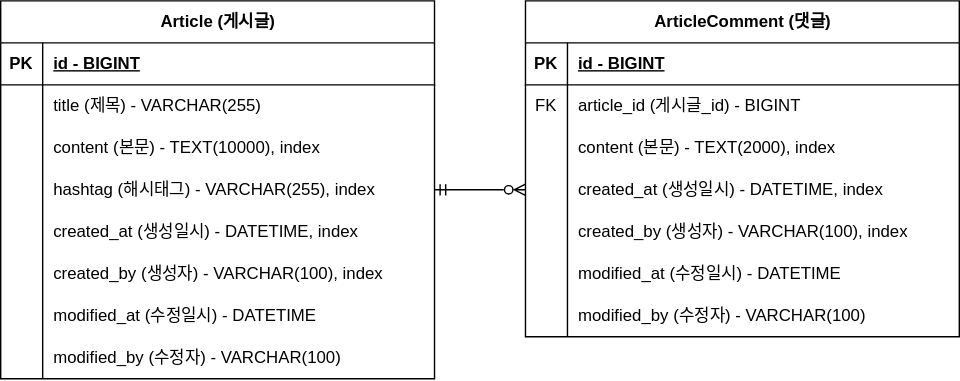
Before: document/erd.svg, a diagram exported from draw.io (arrilab/practice-board). Source tidied: cells renumbered, new cells last; positions are measured from the earlier drawing's top-left corner, leaving out a move shared by most shapes.
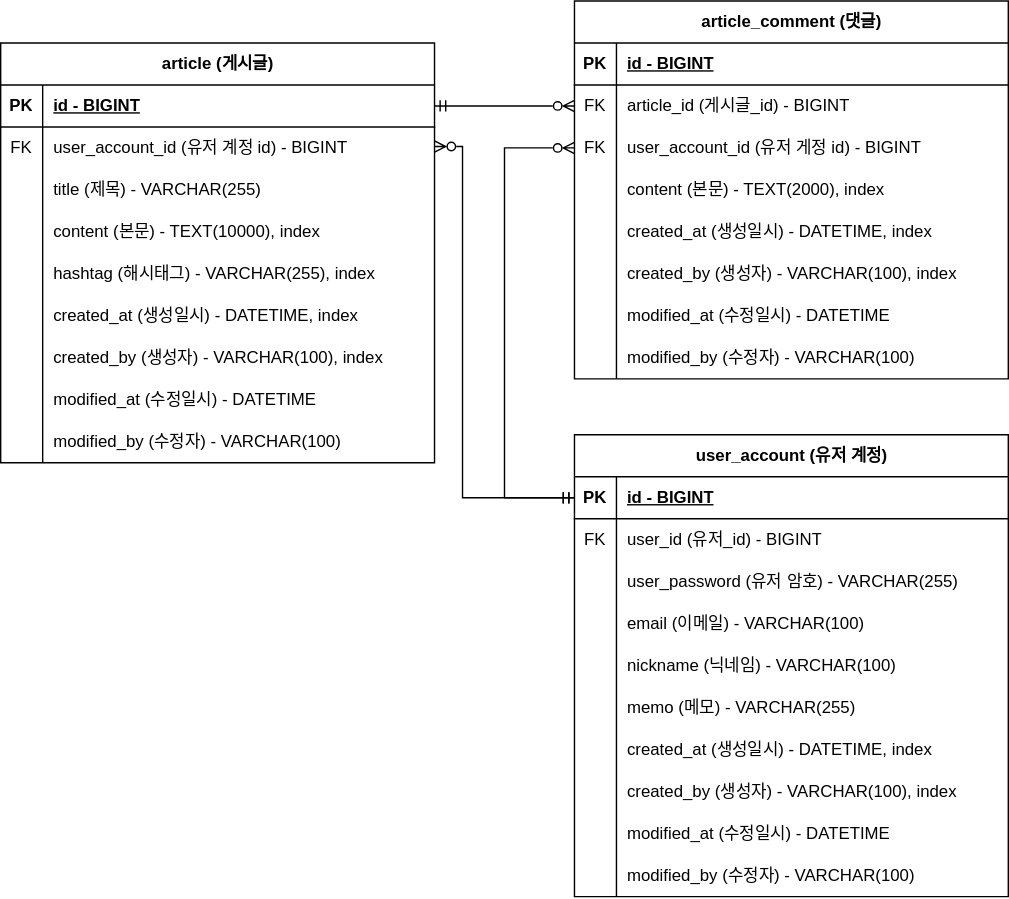
After the commit.

The edit, as a diff of the source:
```diff
@@ -2,8 +2,8 @@
   <root>
     <mxCell id="0" />
     <mxCell id="1" parent="0" />
-    <mxCell id="2" value="Article (게시글)" style="shape=table;startSize=30;rowLines=0;fontStyle=1;align=center;html=1;" parent="1" vertex="1">
-      <mxGeometry width="310" height="270" as="geometry" />
+    <mxCell id="2" value="article (게시글)" style="shape=table;startSize=30;rowLines=0;fontStyle=1;align=center;html=1;" parent="1" vertex="1">
+      <mxGeometry x="-20" y="-90" width="310" height="300" as="geometry" />
     </mxCell>
     <mxCell id="3" style="shape=tableRow;horizontal=0;startSize=0;swimlaneHead=0;swimlaneBody=0;fillColor=none;points=[[0,0.5],[1,0.5]];portConstraint=eastwest;top=0;left=0;right=0;bottom=1;" parent="2" vertex="1">
       <mxGeometry y="30" width="310" height="30" as="geometry" />
@@ -17,14 +17,23 @@
     <mxCell id="6" style="shape=tableRow;horizontal=0;startSize=0;swimlaneHead=0;swimlaneBody=0;fillColor=none;top=0;left=0;right=0;bottom=0;" parent="2" vertex="1">
       <mxGeometry y="60" width="310" height="30" as="geometry" />
     </mxCell>
-    <mxCell id="7" style="shape=partialRectangle;fillColor=none;top=0;left=0;bottom=0;right=0;overflow=hidden;whiteSpace=wrap;html=1;" parent="6" vertex="1">
+    <mxCell id="7" value="FK" style="shape=partialRectangle;fillColor=none;top=0;left=0;bottom=0;right=0;overflow=hidden;whiteSpace=wrap;html=1;" parent="6" vertex="1">
       <mxGeometry width="30" height="30" as="geometry" />
     </mxCell>
-    <mxCell id="8" value="title (제목) - VARCHAR(255)" style="shape=partialRectangle;fillColor=none;top=0;left=0;bottom=0;right=0;align=left;spacingLeft=6;overflow=hidden;whiteSpace=wrap;html=1;strokeColor=default;noLabel=0;" parent="6" vertex="1">
+    <mxCell id="8" value="user_account_id (유저 계정 id) - BIGINT" style="shape=partialRectangle;fillColor=none;top=0;left=0;bottom=0;right=0;align=left;spacingLeft=6;overflow=hidden;whiteSpace=wrap;html=1;strokeColor=default;noLabel=0;" parent="6" vertex="1">
       <mxGeometry x="30" width="280" height="30" as="geometry" />
     </mxCell>
+    <mxCell id="50" style="shape=tableRow;horizontal=0;startSize=0;swimlaneHead=0;swimlaneBody=0;fillColor=none;top=0;left=0;right=0;bottom=0;" parent="2" vertex="1">
+      <mxGeometry y="90" width="310" height="30" as="geometry" />
+    </mxCell>
+    <mxCell id="51" style="shape=partialRectangle;fillColor=none;top=0;left=0;bottom=0;right=0;overflow=hidden;whiteSpace=wrap;html=1;" parent="50" vertex="1">
+      <mxGeometry width="30" height="30" as="geometry" />
+    </mxCell>
+    <mxCell id="52" value="title (제목) - VARCHAR(255)" style="shape=partialRectangle;fillColor=none;top=0;left=0;bottom=0;right=0;align=left;spacingLeft=6;overflow=hidden;whiteSpace=wrap;html=1;strokeColor=default;noLabel=0;" parent="50" vertex="1">
+      <mxGeometry x="30" width="280" height="30" as="geometry" />
+    </mxCell>
     <mxCell id="9" style="shape=tableRow;horizontal=0;startSize=0;swimlaneHead=0;swimlaneBody=0;fillColor=none;top=0;left=0;right=0;bottom=0;" parent="2" vertex="1">
-      <mxGeometry y="90" width="310" height="30" as="geometry" />
+      <mxGeometry y="120" width="310" height="30" as="geometry" />
     </mxCell>
     <mxCell id="10" style="shape=partialRectangle;fillColor=none;top=0;left=0;bottom=0;right=0;overflow=hidden;whiteSpace=wrap;html=1;" parent="9" vertex="1">
       <mxGeometry width="30" height="30" as="geometry" />
@@ -33,7 +42,7 @@
       <mxGeometry x="30" width="280" height="30" as="geometry" />
     </mxCell>
     <mxCell id="12" style="shape=tableRow;horizontal=0;startSize=0;swimlaneHead=0;swimlaneBody=0;fillColor=none;points=[[0,0.5],[1,0.5]];portConstraint=eastwest;top=0;left=0;right=0;bottom=0;" parent="2" vertex="1">
-      <mxGeometry y="120" width="310" height="30" as="geometry" />
+      <mxGeometry y="150" width="310" height="30" as="geometry" />
     </mxCell>
     <mxCell id="13" style="shape=partialRectangle;fillColor=none;top=0;left=0;bottom=0;right=0;overflow=hidden;whiteSpace=wrap;html=1;" parent="12" vertex="1">
       <mxGeometry width="30" height="30" as="geometry" />
@@ -42,7 +51,7 @@
       <mxGeometry x="30" width="280" height="30" as="geometry" />
     </mxCell>
     <mxCell id="15" style="shape=tableRow;horizontal=0;startSize=0;swimlaneHead=0;swimlaneBody=0;fillColor=none;top=0;left=0;right=0;bottom=0;" parent="2" vertex="1">
-      <mxGeometry y="150" width="310" height="30" as="geometry" />
+      <mxGeometry y="180" width="310" height="30" as="geometry" />
     </mxCell>
     <mxCell id="16" style="shape=partialRectangle;fillColor=none;top=0;left=0;bottom=0;right=0;overflow=hidden;whiteSpace=wrap;html=1;" parent="15" vertex="1">
       <mxGeometry width="30" height="30" as="geometry" />
@@ -51,7 +60,7 @@
       <mxGeometry x="30" width="280" height="30" as="geometry" />
     </mxCell>
     <mxCell id="18" style="shape=tableRow;horizontal=0;startSize=0;swimlaneHead=0;swimlaneBody=0;fillColor=none;top=0;left=0;right=0;bottom=0;" parent="2" vertex="1">
-      <mxGeometry y="180" width="310" height="30" as="geometry" />
+      <mxGeometry y="210" width="310" height="30" as="geometry" />
     </mxCell>
     <mxCell id="19" style="shape=partialRectangle;fillColor=none;top=0;left=0;bottom=0;right=0;overflow=hidden;whiteSpace=wrap;html=1;" parent="18" vertex="1">
       <mxGeometry width="30" height="30" as="geometry" />
@@ -60,7 +69,7 @@
       <mxGeometry x="30" width="280" height="30" as="geometry" />
     </mxCell>
     <mxCell id="21" style="shape=tableRow;horizontal=0;startSize=0;swimlaneHead=0;swimlaneBody=0;fillColor=none;top=0;left=0;right=0;bottom=0;" parent="2" vertex="1">
-      <mxGeometry y="210" width="310" height="30" as="geometry" />
+      <mxGeometry y="240" width="310" height="30" as="geometry" />
     </mxCell>
     <mxCell id="22" style="shape=partialRectangle;fillColor=none;top=0;left=0;bottom=0;right=0;overflow=hidden;whiteSpace=wrap;html=1;" parent="21" vertex="1">
       <mxGeometry width="30" height="30" as="geometry" />
@@ -69,7 +78,7 @@
       <mxGeometry x="30" width="280" height="30" as="geometry" />
     </mxCell>
     <mxCell id="24" style="shape=tableRow;horizontal=0;startSize=0;swimlaneHead=0;swimlaneBody=0;fillColor=none;top=0;left=0;right=0;bottom=0;" parent="2" vertex="1">
-      <mxGeometry y="240" width="310" height="30" as="geometry" />
+      <mxGeometry y="270" width="310" height="30" as="geometry" />
     </mxCell>
     <mxCell id="25" style="shape=partialRectangle;fillColor=none;top=0;left=0;bottom=0;right=0;overflow=hidden;whiteSpace=wrap;html=1;" parent="24" vertex="1">
       <mxGeometry width="30" height="30" as="geometry" />
@@ -77,8 +86,8 @@
     <mxCell id="26" value="modified_by (수정자) - VARCHAR(100)" style="shape=partialRectangle;fillColor=none;top=0;left=0;bottom=0;right=0;align=left;spacingLeft=6;overflow=hidden;whiteSpace=wrap;html=1;" parent="24" vertex="1">
       <mxGeometry x="30" width="280" height="30" as="geometry" />
     </mxCell>
-    <mxCell id="27" value="ArticleComment (댓글)" style="shape=table;startSize=30;rowLines=0;fontStyle=1;align=center;html=1;" parent="1" vertex="1">
-      <mxGeometry x="375" width="310" height="240" as="geometry" />
+    <mxCell id="27" value="article_comment (댓글)" style="shape=table;startSize=30;rowLines=0;fontStyle=1;align=center;html=1;" parent="1" vertex="1">
+      <mxGeometry x="390" y="-120" width="310" height="270" as="geometry" />
     </mxCell>
     <mxCell id="28" style="shape=tableRow;horizontal=0;startSize=0;swimlaneHead=0;swimlaneBody=0;fillColor=none;top=0;left=0;right=0;bottom=1;" parent="27" vertex="1">
       <mxGeometry y="30" width="310" height="30" as="geometry" />
@@ -98,8 +107,17 @@
     <mxCell id="33" value="article_id (게시글_id) - BIGINT" style="shape=partialRectangle;fillColor=none;top=0;left=0;bottom=0;right=0;align=left;spacingLeft=6;overflow=hidden;whiteSpace=wrap;html=1;strokeColor=default;noLabel=0;" parent="31" vertex="1">
       <mxGeometry x="30" width="280" height="30" as="geometry" />
     </mxCell>
+    <mxCell id="53" style="shape=tableRow;horizontal=0;startSize=0;swimlaneHead=0;swimlaneBody=0;fillColor=none;points=[[0,0.5],[1,0.5]];portConstraint=eastwest;top=0;left=0;right=0;bottom=0;" parent="27" vertex="1">
+      <mxGeometry y="90" width="310" height="30" as="geometry" />
+    </mxCell>
+    <mxCell id="54" value="FK" style="shape=partialRectangle;fillColor=none;top=0;left=0;bottom=0;right=0;overflow=hidden;whiteSpace=wrap;html=1;" parent="53" vertex="1">
+      <mxGeometry width="30" height="30" as="geometry" />
+    </mxCell>
+    <mxCell id="55" value="user_account_id (유저 게정 id) - BIGINT" style="shape=partialRectangle;fillColor=none;top=0;left=0;bottom=0;right=0;align=left;spacingLeft=6;overflow=hidden;whiteSpace=wrap;html=1;strokeColor=default;noLabel=0;" parent="53" vertex="1">
+      <mxGeometry x="30" width="280" height="30" as="geometry" />
+    </mxCell>
     <mxCell id="34" style="shape=tableRow;horizontal=0;startSize=0;swimlaneHead=0;swimlaneBody=0;fillColor=none;top=0;left=0;right=0;bottom=0;" parent="27" vertex="1">
-      <mxGeometry y="90" width="310" height="30" as="geometry" />
+      <mxGeometry y="120" width="310" height="30" as="geometry" />
     </mxCell>
     <mxCell id="35" style="shape=partialRectangle;fillColor=none;top=0;left=0;bottom=0;right=0;overflow=hidden;whiteSpace=wrap;html=1;" parent="34" vertex="1">
       <mxGeometry width="30" height="30" as="geometry" />
@@ -108,7 +126,7 @@
       <mxGeometry x="30" width="280" height="30" as="geometry" />
     </mxCell>
     <mxCell id="37" style="shape=tableRow;horizontal=0;startSize=0;swimlaneHead=0;swimlaneBody=0;fillColor=none;points=[[0,0.5],[1,0.5]];portConstraint=eastwest;top=0;left=0;right=0;bottom=0;" parent="27" vertex="1">
-      <mxGeometry y="120" width="310" height="30" as="geometry" />
+      <mxGeometry y="150" width="310" height="30" as="geometry" />
     </mxCell>
     <mxCell id="38" style="shape=partialRectangle;fillColor=none;top=0;left=0;bottom=0;right=0;overflow=hidden;whiteSpace=wrap;html=1;" parent="37" vertex="1">
       <mxGeometry width="30" height="30" as="geometry" />
@@ -117,7 +135,7 @@
       <mxGeometry x="30" width="280" height="30" as="geometry" />
     </mxCell>
     <mxCell id="40" style="shape=tableRow;horizontal=0;startSize=0;swimlaneHead=0;swimlaneBody=0;fillColor=none;top=0;left=0;right=0;bottom=0;" parent="27" vertex="1">
-      <mxGeometry y="150" width="310" height="30" as="geometry" />
+      <mxGeometry y="180" width="310" height="30" as="geometry" />
     </mxCell>
     <mxCell id="41" style="shape=partialRectangle;fillColor=none;top=0;left=0;bottom=0;right=0;overflow=hidden;whiteSpace=wrap;html=1;" parent="40" vertex="1">
       <mxGeometry width="30" height="30" as="geometry" />
@@ -126,7 +144,7 @@
       <mxGeometry x="30" width="280" height="30" as="geometry" />
     </mxCell>
     <mxCell id="43" style="shape=tableRow;horizontal=0;startSize=0;swimlaneHead=0;swimlaneBody=0;fillColor=none;top=0;left=0;right=0;bottom=0;" parent="27" vertex="1">
-      <mxGeometry y="180" width="310" height="30" as="geometry" />
+      <mxGeometry y="210" width="310" height="30" as="geometry" />
     </mxCell>
     <mxCell id="44" style="shape=partialRectangle;fillColor=none;top=0;left=0;bottom=0;right=0;overflow=hidden;whiteSpace=wrap;html=1;" parent="43" vertex="1">
       <mxGeometry width="30" height="30" as="geometry" />
@@ -135,7 +153,7 @@
       <mxGeometry x="30" width="280" height="30" as="geometry" />
     </mxCell>
     <mxCell id="46" style="shape=tableRow;horizontal=0;startSize=0;swimlaneHead=0;swimlaneBody=0;fillColor=none;top=0;left=0;right=0;bottom=0;" parent="27" vertex="1">
-      <mxGeometry y="210" width="310" height="30" as="geometry" />
+      <mxGeometry y="240" width="310" height="30" as="geometry" />
     </mxCell>
     <mxCell id="47" style="shape=partialRectangle;fillColor=none;top=0;left=0;bottom=0;right=0;overflow=hidden;whiteSpace=wrap;html=1;" parent="46" vertex="1">
       <mxGeometry width="30" height="30" as="geometry" />
@@ -143,13 +161,118 @@
     <mxCell id="48" value="modified_by (수정자) - VARCHAR(100)" style="shape=partialRectangle;fillColor=none;top=0;left=0;bottom=0;right=0;align=left;spacingLeft=6;overflow=hidden;whiteSpace=wrap;html=1;" parent="46" vertex="1">
       <mxGeometry x="30" width="280" height="30" as="geometry" />
     </mxCell>
-    <mxCell id="49" style="edgeStyle=orthogonalEdgeStyle;rounded=0;jettySize=auto;html=1;exitX=1;exitY=0.5;exitDx=0;exitDy=0;entryX=0;entryY=0.5;entryDx=0;entryDy=0;endArrow=ERzeroToMany;endFill=0;startArrow=ERmandOne;startFill=0;" parent="1" edge="1" source="12" target="37">
-      <mxGeometry relative="1" as="geometry">
-        <Array as="points">
-          <mxPoint x="325" y="135" />
-          <mxPoint x="325" y="135" />
-        </Array>
-      </mxGeometry>
+    <mxCell id="49" style="rounded=0;jettySize=auto;html=1;exitX=1;exitY=0.5;exitDx=0;exitDy=0;entryX=0;entryY=0.5;entryDx=0;entryDy=0;endArrow=ERzeroToMany;endFill=0;startArrow=ERmandOne;startFill=0;edgeStyle=orthogonalEdgeStyle;" parent="1" edge="1" source="3" target="31">
+      <mxGeometry relative="1" as="geometry" />
     </mxCell>
+    <mxCell id="56" value="user_account (유저 계정)" style="shape=table;startSize=30;rowLines=0;fontStyle=1;align=center;html=1;" parent="1" vertex="1">
+      <mxGeometry x="390" y="190" width="310" height="330" as="geometry" />
+    </mxCell>
+    <mxCell id="57" style="shape=tableRow;horizontal=0;startSize=0;swimlaneHead=0;swimlaneBody=0;fillColor=none;points=[[0,0.5],[1,0.5]];portConstraint=eastwest;top=0;left=0;right=0;bottom=1;" parent="56" vertex="1">
+      <mxGeometry y="30" width="310" height="30" as="geometry" />
+    </mxCell>
+    <mxCell id="58" value="PK" style="shape=partialRectangle;fillColor=none;top=0;left=0;bottom=0;right=0;fontStyle=1;overflow=hidden;whiteSpace=wrap;html=1;" parent="57" vertex="1">
+      <mxGeometry width="30" height="30" as="geometry" />
+    </mxCell>
+    <mxCell id="59" value="id -&amp;nbsp;BIGINT" style="shape=partialRectangle;fillColor=none;top=0;left=0;bottom=0;right=0;align=left;spacingLeft=6;fontStyle=5;overflow=hidden;whiteSpace=wrap;html=1;" parent="57" vertex="1">
+      <mxGeometry x="30" width="280" height="30" as="geometry" />
+    </mxCell>
+    <mxCell id="60" style="shape=tableRow;horizontal=0;startSize=0;swimlaneHead=0;swimlaneBody=0;fillColor=none;top=0;left=0;right=0;bottom=0;" parent="56" vertex="1">
+      <mxGeometry y="60" width="310" height="30" as="geometry" />
+    </mxCell>
+    <mxCell id="61" value="FK" style="shape=partialRectangle;fillColor=none;top=0;left=0;bottom=0;right=0;overflow=hidden;whiteSpace=wrap;html=1;" parent="60" vertex="1">
+      <mxGeometry width="30" height="30" as="geometry" />
+    </mxCell>
+    <mxCell id="62" value="user_id (유저_id) - BIGINT" style="shape=partialRectangle;fillColor=none;top=0;left=0;bottom=0;right=0;align=left;spacingLeft=6;overflow=hidden;whiteSpace=wrap;html=1;strokeColor=default;noLabel=0;" parent="60" vertex="1">
+      <mxGeometry x="30" width="280" height="30" as="geometry" />
+    </mxCell>
+    <mxCell id="63" style="shape=tableRow;horizontal=0;startSize=0;swimlaneHead=0;swimlaneBody=0;fillColor=none;top=0;left=0;right=0;bottom=0;" parent="56" vertex="1">
+      <mxGeometry y="90" width="310" height="30" as="geometry" />
+    </mxCell>
+    <mxCell id="64" style="shape=partialRectangle;fillColor=none;top=0;left=0;bottom=0;right=0;overflow=hidden;whiteSpace=wrap;html=1;" parent="63" vertex="1">
+      <mxGeometry width="30" height="30" as="geometry" />
+    </mxCell>
+    <mxCell id="65" value="user_password (유저 암호) - VARCHAR(255)" style="shape=partialRectangle;fillColor=none;top=0;left=0;bottom=0;right=0;align=left;spacingLeft=6;overflow=hidden;whiteSpace=wrap;html=1;" parent="63" vertex="1">
+      <mxGeometry x="30" width="280" height="30" as="geometry" />
+    </mxCell>
+    <mxCell id="66" style="shape=tableRow;horizontal=0;startSize=0;swimlaneHead=0;swimlaneBody=0;fillColor=none;top=0;left=0;right=0;bottom=0;" parent="56" vertex="1">
+      <mxGeometry y="120" width="310" height="30" as="geometry" />
+    </mxCell>
+    <mxCell id="67" style="shape=partialRectangle;fillColor=none;top=0;left=0;bottom=0;right=0;overflow=hidden;whiteSpace=wrap;html=1;" parent="66" vertex="1">
+      <mxGeometry width="30" height="30" as="geometry" />
+    </mxCell>
+    <mxCell id="68" value="email (이메일) - VARCHAR(100)" style="shape=partialRectangle;fillColor=none;top=0;left=0;bottom=0;right=0;align=left;spacingLeft=6;overflow=hidden;whiteSpace=wrap;html=1;" parent="66" vertex="1">
+      <mxGeometry x="30" width="280" height="30" as="geometry" />
+    </mxCell>
+    <mxCell id="69" style="shape=tableRow;horizontal=0;startSize=0;swimlaneHead=0;swimlaneBody=0;fillColor=none;top=0;left=0;right=0;bottom=0;" parent="56" vertex="1">
+      <mxGeometry y="150" width="310" height="30" as="geometry" />
+    </mxCell>
+    <mxCell id="70" style="shape=partialRectangle;fillColor=none;top=0;left=0;bottom=0;right=0;overflow=hidden;whiteSpace=wrap;html=1;" parent="69" vertex="1">
+      <mxGeometry width="30" height="30" as="geometry" />
+    </mxCell>
+    <mxCell id="71" value="nickname (닉네임) - VARCHAR(100)" style="shape=partialRectangle;fillColor=none;top=0;left=0;bottom=0;right=0;align=left;spacingLeft=6;overflow=hidden;whiteSpace=wrap;html=1;" parent="69" vertex="1">
+      <mxGeometry x="30" width="280" height="30" as="geometry" />
+    </mxCell>
+    <mxCell id="72" style="shape=tableRow;horizontal=0;startSize=0;swimlaneHead=0;swimlaneBody=0;fillColor=none;top=0;left=0;right=0;bottom=0;" parent="56" vertex="1">
+      <mxGeometry y="180" width="310" height="30" as="geometry" />
+    </mxCell>
+    <mxCell id="73" style="shape=partialRectangle;fillColor=none;top=0;left=0;bottom=0;right=0;overflow=hidden;whiteSpace=wrap;html=1;" parent="72" vertex="1">
+      <mxGeometry width="30" height="30" as="geometry" />
+    </mxCell>
+    <mxCell id="74" value="memo (메모) - VARCHAR(255)" style="shape=partialRectangle;fillColor=none;top=0;left=0;bottom=0;right=0;align=left;spacingLeft=6;overflow=hidden;whiteSpace=wrap;html=1;" parent="72" vertex="1">
+      <mxGeometry x="30" width="280" height="30" as="geometry" />
+    </mxCell>
+    <mxCell id="75" style="shape=tableRow;horizontal=0;startSize=0;swimlaneHead=0;swimlaneBody=0;fillColor=none;top=0;left=0;right=0;bottom=0;" parent="56" vertex="1">
+      <mxGeometry y="210" width="310" height="30" as="geometry" />
+    </mxCell>
+    <mxCell id="76" style="shape=partialRectangle;fillColor=none;top=0;left=0;bottom=0;right=0;overflow=hidden;whiteSpace=wrap;html=1;" parent="75" vertex="1">
+      <mxGeometry width="30" height="30" as="geometry" />
+    </mxCell>
+    <mxCell id="77" value="created_at (생성일시) - DATETIME, index" style="shape=partialRectangle;fillColor=none;top=0;left=0;bottom=0;right=0;align=left;spacingLeft=6;overflow=hidden;whiteSpace=wrap;html=1;" parent="75" vertex="1">
+      <mxGeometry x="30" width="280" height="30" as="geometry" />
+    </mxCell>
+    <mxCell id="78" style="shape=tableRow;horizontal=0;startSize=0;swimlaneHead=0;swimlaneBody=0;fillColor=none;top=0;left=0;right=0;bottom=0;" parent="56" vertex="1">
+      <mxGeometry y="240" width="310" height="30" as="geometry" />
+    </mxCell>
+    <mxCell id="79" style="shape=partialRectangle;fillColor=none;top=0;left=0;bottom=0;right=0;overflow=hidden;whiteSpace=wrap;html=1;" parent="78" vertex="1">
+      <mxGeometry width="30" height="30" as="geometry" />
+    </mxCell>
+    <mxCell id="80" value="created_by (생성자) - VARCHAR(100), index" style="shape=partialRectangle;fillColor=none;top=0;left=0;bottom=0;right=0;align=left;spacingLeft=6;overflow=hidden;whiteSpace=wrap;html=1;" parent="78" vertex="1">
+      <mxGeometry x="30" width="280" height="30" as="geometry" />
+    </mxCell>
+    <mxCell id="81" style="shape=tableRow;horizontal=0;startSize=0;swimlaneHead=0;swimlaneBody=0;fillColor=none;top=0;left=0;right=0;bottom=0;" parent="56" vertex="1">
+      <mxGeometry y="270" width="310" height="30" as="geometry" />
+    </mxCell>
+    <mxCell id="82" style="shape=partialRectangle;fillColor=none;top=0;left=0;bottom=0;right=0;overflow=hidden;whiteSpace=wrap;html=1;" parent="81" vertex="1">
+      <mxGeometry width="30" height="30" as="geometry" />
+    </mxCell>
+    <mxCell id="83" value="modified_at (수정일시) - DATETIME" style="shape=partialRectangle;fillColor=none;top=0;left=0;bottom=0;right=0;align=left;spacingLeft=6;overflow=hidden;whiteSpace=wrap;html=1;" parent="81" vertex="1">
+      <mxGeometry x="30" width="280" height="30" as="geometry" />
+    </mxCell>
+    <mxCell id="84" style="shape=tableRow;horizontal=0;startSize=0;swimlaneHead=0;swimlaneBody=0;fillColor=none;top=0;left=0;right=0;bottom=0;" parent="56" vertex="1">
+      <mxGeometry y="300" width="310" height="30" as="geometry" />
+    </mxCell>
+    <mxCell id="85" style="shape=partialRectangle;fillColor=none;top=0;left=0;bottom=0;right=0;overflow=hidden;whiteSpace=wrap;html=1;" parent="84" vertex="1">
+      <mxGeometry width="30" height="30" as="geometry" />
+    </mxCell>
+    <mxCell id="86" value="modified_by (수정자) - VARCHAR(100)" style="shape=partialRectangle;fillColor=none;top=0;left=0;bottom=0;right=0;align=left;spacingLeft=6;overflow=hidden;whiteSpace=wrap;html=1;" parent="84" vertex="1">
+      <mxGeometry x="30" width="280" height="30" as="geometry" />
+    </mxCell>
+    <mxCell id="87" style="rounded=0;jettySize=auto;html=1;exitX=0;exitY=0.5;exitDx=0;exitDy=0;endArrow=ERzeroToMany;endFill=0;startArrow=ERmandOne;startFill=0;edgeStyle=orthogonalEdgeStyle;" parent="1" edge="1" source="57">
+      <mxGeometry relative="1" as="geometry">
+        <mxPoint x="290" y="-16" as="targetPoint" />
+        <Array as="points">
+          <mxPoint x="310" y="235" />
+          <mxPoint x="310" y="-16" />
+        </Array>
+      </mxGeometry>
+    </mxCell>
+    <mxCell id="88" style="rounded=0;jettySize=auto;html=1;exitX=0;exitY=0.5;exitDx=0;exitDy=0;endArrow=ERzeroToMany;endFill=0;startArrow=ERmandOne;startFill=0;edgeStyle=orthogonalEdgeStyle;entryX=0;entryY=0.5;entryDx=0;entryDy=0;" parent="1" edge="1" source="57" target="53">
+      <mxGeometry relative="1" as="geometry">
+        <Array as="points">
+          <mxPoint x="340" y="235" />
+          <mxPoint x="340" y="-15" />
+        </Array>
+      </mxGeometry>
+    </mxCell>
   </root>
 </mxGraphModel>
```
